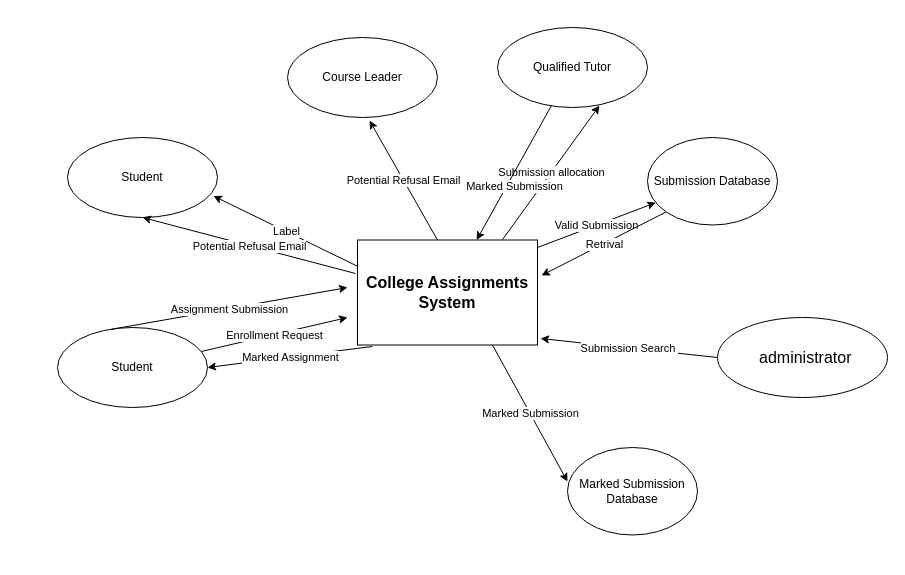
logankilpatrick/OxfordUnit2 keeps this draw.io diagram as Unit2Question2.drawio. Above is the earlier version. Source tidied: cells renumbered, new cells numbered last; positions are measured from the earlier drawing's top-left corner, leaving out a move shared by most shapes. Both pictures are drawn from the tidied source at 100%, with x=0, y=0 at pixel (57, 27).
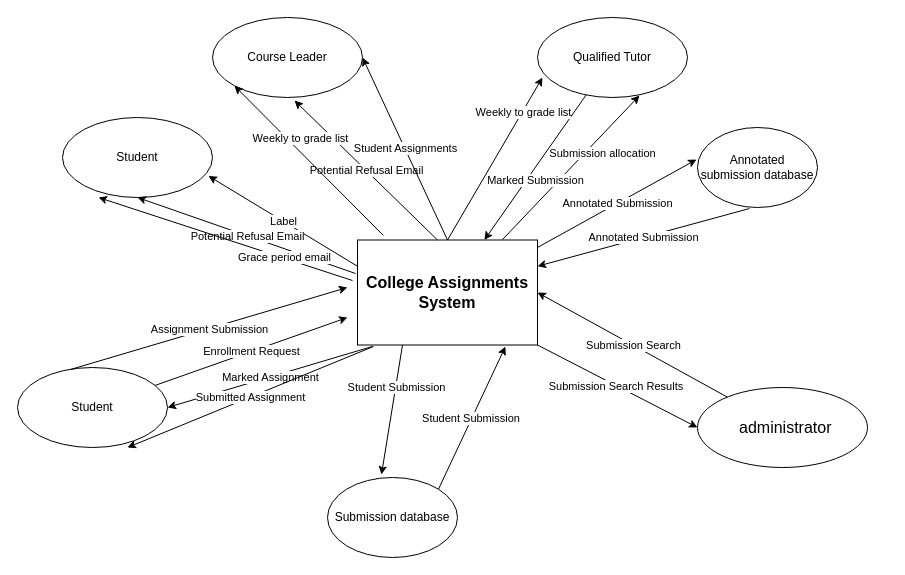
After the change.

Commit message:
Potentially the final version of Content Diagram

The change refers to these unchanged cells:
```xml
<mxCell id="3" value="&lt;div class=&quot;page&quot; title=&quot;Page 3&quot;&gt;&lt;div class=&quot;layoutArea&quot;&gt;&lt;div class=&quot;column&quot;&gt;&lt;p&gt;&lt;span style=&quot;font-size: 12pt ; font-family: &amp;#34;arial&amp;#34; ; font-weight: 700&quot;&gt;College Assignments System&lt;/span&gt;&lt;/p&gt;&lt;/div&gt;&lt;/div&gt;&lt;/div&gt;" style="rounded=0;whiteSpace=wrap;html=1;" parent="1" vertex="1">
  <mxGeometry x="300" y="212.5" width="180" height="105" as="geometry" />
</mxCell>
```

What changed in the source:
```diff
@@
     <mxCell id="2" value="Student" style="ellipse;whiteSpace=wrap;html=1;" parent="1" vertex="1">
-      <mxGeometry y="300" width="150" height="80" as="geometry" />
+      <mxGeometry x="-40" y="340" width="150" height="80" as="geometry" />
     </mxCell>
@@
     <mxCell id="8" value="Student" style="ellipse;whiteSpace=wrap;html=1;" parent="1" vertex="1">
-      <mxGeometry x="10" y="110" width="150" height="80" as="geometry" />
+      <mxGeometry x="5" y="90" width="150" height="80" as="geometry" />
     </mxCell>
@@
     <mxCell id="11" value="Course Leader" style="ellipse;whiteSpace=wrap;html=1;" parent="1" vertex="1">
-      <mxGeometry x="230" y="10" width="150" height="80" as="geometry" />
+      <mxGeometry x="155" y="-10" width="150" height="80" as="geometry" />
     </mxCell>
@@
     <mxCell id="16" value="Qualified Tutor" style="ellipse;whiteSpace=wrap;html=1;" parent="1" vertex="1">
-      <mxGeometry x="440" width="150" height="80" as="geometry" />
+      <mxGeometry x="480" y="-10" width="150" height="80" as="geometry" />
     </mxCell>
-    <mxCell id="17" value="Submission Database" style="ellipse;whiteSpace=wrap;html=1;" parent="1" vertex="1">
-      <mxGeometry x="590" y="110" width="130" height="87.5" as="geometry" />
-    </mxCell>
-    <mxCell id="18" style="endArrow=classic;html=1;" parent="1" edge="1" target="17">
-      <mxGeometry relative="1" as="geometry">
-        <mxPoint x="480" y="220" as="sourcePoint" />
-      </mxGeometry>
-    </mxCell>
-    <mxCell id="19" value="Valid Submission" style="edgeLabel;html=1;align=center;verticalAlign=middle;" parent="18" vertex="1">
-      <mxGeometry relative="1" as="geometry" />
-    </mxCell>
     <mxCell id="20" value="&lt;div class=&quot;page&quot; title=&quot;Page 4&quot;&gt;&lt;div class=&quot;layoutArea&quot;&gt;&lt;div class=&quot;column&quot;&gt;&lt;ul style=&quot;list-style-type: none&quot;&gt;&lt;li&gt;&lt;p&gt;&lt;font face=&quot;arialmt&quot; size=&quot;3&quot;&gt;administrator&lt;/font&gt;&lt;/p&gt;&lt;/li&gt;&lt;/ul&gt;&lt;/div&gt;&lt;/div&gt;&lt;/div&gt;" style="ellipse;whiteSpace=wrap;html=1;align=left;" parent="1" vertex="1">
-      <mxGeometry x="660" y="290" width="170" height="80" as="geometry" />
+      <mxGeometry x="640" y="360" width="170" height="80" as="geometry" />
     </mxCell>
+    <mxCell id="23" style="endArrow=classic;html=1;exitX=0.806;exitY=-0.005;exitDx=0;exitDy=0;exitPerimeter=0;entryX=0.68;entryY=0.975;entryDx=0;entryDy=0;entryPerimeter=0;" parent="1" edge="1" source="3" target="16">
+      <mxGeometry relative="1" as="geometry" />
+    </mxCell>
+    <mxCell id="24" value="Submission allocation" style="edgeLabel;html=1;align=center;verticalAlign=middle;" parent="23" vertex="1">
+      <mxGeometry relative="1" as="geometry">
+        <mxPoint x="31.6" y="-15.2" as="offset" />
+      </mxGeometry>
+    </mxCell>
+    <mxCell id="28" style="endArrow=classic;html=1;verticalAlign=bottom;labelPosition=center;verticalLabelPosition=top;align=center;" parent="1" edge="1" source="16" target="3">
+      <mxGeometry relative="1" as="geometry" />
+    </mxCell>
+    <mxCell id="29" value="Marked Submission" style="edgeLabel;html=1;align=center;verticalAlign=top;labelPosition=center;verticalLabelPosition=bottom;" parent="28" vertex="1">
+      <mxGeometry relative="1" as="geometry" />
+    </mxCell>
+    <mxCell id="32" style="endArrow=classic;html=1;exitX=0.083;exitY=1.014;exitDx=0;exitDy=0;exitPerimeter=0;entryX=1;entryY=0.5;entryDx=0;entryDy=0;" parent="1" edge="1" source="3" target="2">
+      <mxGeometry relative="1" as="geometry" />
+    </mxCell>
+    <mxCell id="33" value="Marked Assignment" style="edgeLabel;html=1;align=center;verticalAlign=middle;" parent="32" vertex="1">
+      <mxGeometry relative="1" as="geometry" />
+    </mxCell>
+    <mxCell id="34" style="endArrow=classic;html=1;entryX=0;entryY=0.5;entryDx=0;entryDy=0;" parent="1" edge="1" target="20">
+      <mxGeometry relative="1" as="geometry">
+        <mxPoint x="480" y="317.5" as="sourcePoint" />
+      </mxGeometry>
+    </mxCell>
+    <mxCell id="35" value="Submission Search Results&amp;nbsp;" style="edgeLabel;html=1;align=center;verticalAlign=middle;" parent="34" vertex="1">
+      <mxGeometry relative="1" as="geometry" />
+    </mxCell>
-    <mxCell id="21" style="endArrow=classic;html=1;entryX=1.017;entryY=0.938;entryDx=0;entryDy=0;entryPerimeter=0;exitX=0;exitY=0.5;exitDx=0;exitDy=0;" parent="1" edge="1" source="20" target="3">
+    <mxCell id="21" style="endArrow=classic;html=1;entryX=1;entryY=0.5;entryDx=0;entryDy=0;" parent="1" edge="1" source="20" target="3">
       <mxGeometry relative="1" as="geometry" />
     </mxCell>
-    <mxCell id="22" value="Submission Search&amp;nbsp;" style="edgeLabel;html=1;align=center;verticalAlign=middle;" parent="21" vertex="1">
+    <mxCell id="22" value="Submission Search" style="edgeLabel;html=1;align=center;verticalAlign=middle;" parent="21" vertex="1">
       <mxGeometry relative="1" as="geometry" />
     </mxCell>
-    <mxCell id="23" style="endArrow=classic;html=1;exitX=0.806;exitY=-0.005;exitDx=0;exitDy=0;exitPerimeter=0;entryX=0.68;entryY=0.975;entryDx=0;entryDy=0;entryPerimeter=0;" parent="1" edge="1" source="3" target="16">
-      <mxGeometry relative="1" as="geometry" />
-    </mxCell>
-    <mxCell id="24" value="Submission allocation" style="edgeLabel;html=1;align=center;verticalAlign=middle;" parent="23" vertex="1">
-      <mxGeometry relative="1" as="geometry" />
-    </mxCell>
-    <mxCell id="25" style="endArrow=classic;html=1;exitX=0;exitY=1;exitDx=0;exitDy=0;entryX=1.022;entryY=0.338;entryDx=0;entryDy=0;entryPerimeter=0;" parent="1" edge="1" source="17" target="3">
-      <mxGeometry relative="1" as="geometry" />
-    </mxCell>
-    <mxCell id="26" value="Retrival" style="edgeLabel;html=1;align=center;verticalAlign=middle;" parent="25" vertex="1">
-      <mxGeometry relative="1" as="geometry" />
-    </mxCell>
-    <mxCell id="27" value="Marked Submission Database" style="ellipse;whiteSpace=wrap;html=1;" parent="1" vertex="1">
-      <mxGeometry x="510" y="420" width="130" height="87.5" as="geometry" />
-    </mxCell>
-    <mxCell id="28" style="endArrow=classic;html=1;verticalAlign=bottom;labelPosition=center;verticalLabelPosition=top;align=center;" parent="1" edge="1" source="16" target="3">
-      <mxGeometry relative="1" as="geometry" />
-    </mxCell>
-    <mxCell id="29" value="Marked Submission" style="edgeLabel;html=1;align=center;verticalAlign=top;labelPosition=center;verticalLabelPosition=bottom;" parent="28" vertex="1">
-      <mxGeometry relative="1" as="geometry" />
-    </mxCell>
-    <mxCell id="30" style="endArrow=classic;html=1;exitX=0.75;exitY=1;exitDx=0;exitDy=0;entryX=0;entryY=0.389;entryDx=0;entryDy=0;entryPerimeter=0;" parent="1" edge="1" source="3" target="27">
-      <mxGeometry relative="1" as="geometry" />
-    </mxCell>
-    <mxCell id="31" value="Marked Submission" style="edgeLabel;html=1;align=center;verticalAlign=middle;" parent="30" vertex="1">
-      <mxGeometry relative="1" as="geometry" />
-    </mxCell>
-    <mxCell id="32" style="endArrow=classic;html=1;exitX=0.083;exitY=1.014;exitDx=0;exitDy=0;exitPerimeter=0;entryX=1;entryY=0.5;entryDx=0;entryDy=0;" parent="1" edge="1" source="3" target="2">
-      <mxGeometry relative="1" as="geometry" />
-    </mxCell>
-    <mxCell id="33" value="Marked Assignment" style="edgeLabel;html=1;align=center;verticalAlign=middle;" parent="32" vertex="1">
-      <mxGeometry relative="1" as="geometry" />
-    </mxCell>
+    <mxCell id="36" value="Submission database" style="ellipse;whiteSpace=wrap;html=1;" parent="1" vertex="1">
+      <mxGeometry x="270" y="450" width="130" height="80" as="geometry" />
+    </mxCell>
+    <mxCell id="37" style="endArrow=classic;html=1;exitX=1;exitY=0;exitDx=0;exitDy=0;entryX=0.822;entryY=1.014;entryDx=0;entryDy=0;entryPerimeter=0;" parent="1" edge="1" source="36" target="3">
+      <mxGeometry relative="1" as="geometry" />
+    </mxCell>
+    <mxCell id="38" value="Student Submission&amp;nbsp;" style="edgeLabel;html=1;align=center;verticalAlign=middle;" parent="37" vertex="1">
+      <mxGeometry relative="1" as="geometry" />
+    </mxCell>
+    <mxCell id="39" style="endArrow=classic;html=1;exitX=0.25;exitY=1;exitDx=0;exitDy=0;entryX=0.415;entryY=-0.037;entryDx=0;entryDy=0;entryPerimeter=0;" parent="1" edge="1" source="3" target="36">
+      <mxGeometry relative="1" as="geometry" />
+    </mxCell>
+    <mxCell id="40" value="Student Submission" style="edgeLabel;html=1;align=center;verticalAlign=middle;" parent="39" vertex="1">
+      <mxGeometry relative="1" as="geometry">
+        <mxPoint x="4.5" y="-23.6" as="offset" />
+      </mxGeometry>
+    </mxCell>
+    <mxCell id="41" style="endArrow=classic;html=1;exitX=0.5;exitY=0;exitDx=0;exitDy=0;entryX=0.033;entryY=0.75;entryDx=0;entryDy=0;entryPerimeter=0;" parent="1" edge="1" source="3" target="16">
+      <mxGeometry relative="1" as="geometry" />
+    </mxCell>
+    <mxCell id="42" value="Weekly to grade list" style="edgeLabel;html=1;align=center;verticalAlign=middle;" parent="41" vertex="1">
+      <mxGeometry relative="1" as="geometry">
+        <mxPoint x="27.7" y="-46.5" as="offset" />
+      </mxGeometry>
+    </mxCell>
+    <mxCell id="43" style="endArrow=classic;html=1;exitX=0.144;exitY=-0.043;exitDx=0;exitDy=0;entryX=0;entryY=1;entryDx=0;entryDy=0;exitPerimeter=0;" parent="1" edge="1" source="3" target="11">
+      <mxGeometry relative="1" as="geometry" />
+    </mxCell>
+    <mxCell id="44" value="Weekly to grade list" style="edgeLabel;html=1;align=center;verticalAlign=middle;" parent="43" vertex="1">
+      <mxGeometry relative="1" as="geometry">
+        <mxPoint x="-8.8" y="-22.8" as="offset" />
+      </mxGeometry>
+    </mxCell>
+    <mxCell id="45" value="Annotated submission database" style="ellipse;whiteSpace=wrap;html=1;" parent="1" vertex="1">
+      <mxGeometry x="640" y="100" width="120" height="80" as="geometry" />
+    </mxCell>
+    <mxCell id="46" style="endArrow=classic;html=1;exitX=1;exitY=0.071;exitDx=0;exitDy=0;exitPerimeter=0;entryX=-0.008;entryY=0.4;entryDx=0;entryDy=0;entryPerimeter=0;" parent="1" edge="1" source="3" target="45">
+      <mxGeometry relative="1" as="geometry" />
+    </mxCell>
+    <mxCell id="47" value="Annotated Submission" style="edgeLabel;html=1;align=center;verticalAlign=middle;" parent="46" vertex="1">
+      <mxGeometry relative="1" as="geometry" />
+    </mxCell>
+    <mxCell id="48" style="endArrow=classic;html=1;exitX=0.433;exitY=1.013;exitDx=0;exitDy=0;exitPerimeter=0;entryX=1;entryY=0.25;entryDx=0;entryDy=0;" parent="1" edge="1" source="45" target="3">
+      <mxGeometry relative="1" as="geometry" />
+    </mxCell>
+    <mxCell id="49" value="Annotated Submission" style="edgeLabel;html=1;align=center;verticalAlign=middle;" parent="48" vertex="1">
+      <mxGeometry relative="1" as="geometry" />
+    </mxCell>
+    <mxCell id="50" style="endArrow=classic;html=1;exitX=0.5;exitY=0;exitDx=0;exitDy=0;entryX=1;entryY=0.5;entryDx=0;entryDy=0;" parent="1" edge="1" source="3" target="11">
+      <mxGeometry relative="1" as="geometry" />
+    </mxCell>
+    <mxCell id="51" value="Student Assignments" style="edgeLabel;html=1;align=center;verticalAlign=middle;" parent="50" vertex="1">
+      <mxGeometry relative="1" as="geometry" />
+    </mxCell>
+    <mxCell id="52" style="endArrow=classic;html=1;exitX=-0.028;exitY=0.386;exitDx=0;exitDy=0;exitPerimeter=0;entryX=0.24;entryY=1;entryDx=0;entryDy=0;entryPerimeter=0;" parent="1" edge="1" source="3" target="8">
+      <mxGeometry relative="1" as="geometry" />
+    </mxCell>
+    <mxCell id="53" value="Grace period email" style="edgeLabel;html=1;align=center;verticalAlign=middle;" parent="52" vertex="1">
+      <mxGeometry relative="1" as="geometry">
+        <mxPoint x="59.1" y="18.4" as="offset" />
+      </mxGeometry>
+    </mxCell>
+    <mxCell id="54" style="endArrow=classic;html=1;exitX=0.089;exitY=1.014;exitDx=0;exitDy=0;exitPerimeter=0;entryX=0.733;entryY=1;entryDx=0;entryDy=0;entryPerimeter=0;" parent="1" edge="1" source="3" target="2">
+      <mxGeometry relative="1" as="geometry" />
+    </mxCell>
+    <mxCell id="55" value="Submitted Assignment" style="edgeLabel;html=1;align=center;verticalAlign=middle;" parent="54" vertex="1">
+      <mxGeometry relative="1" as="geometry" />
+    </mxCell>
```
